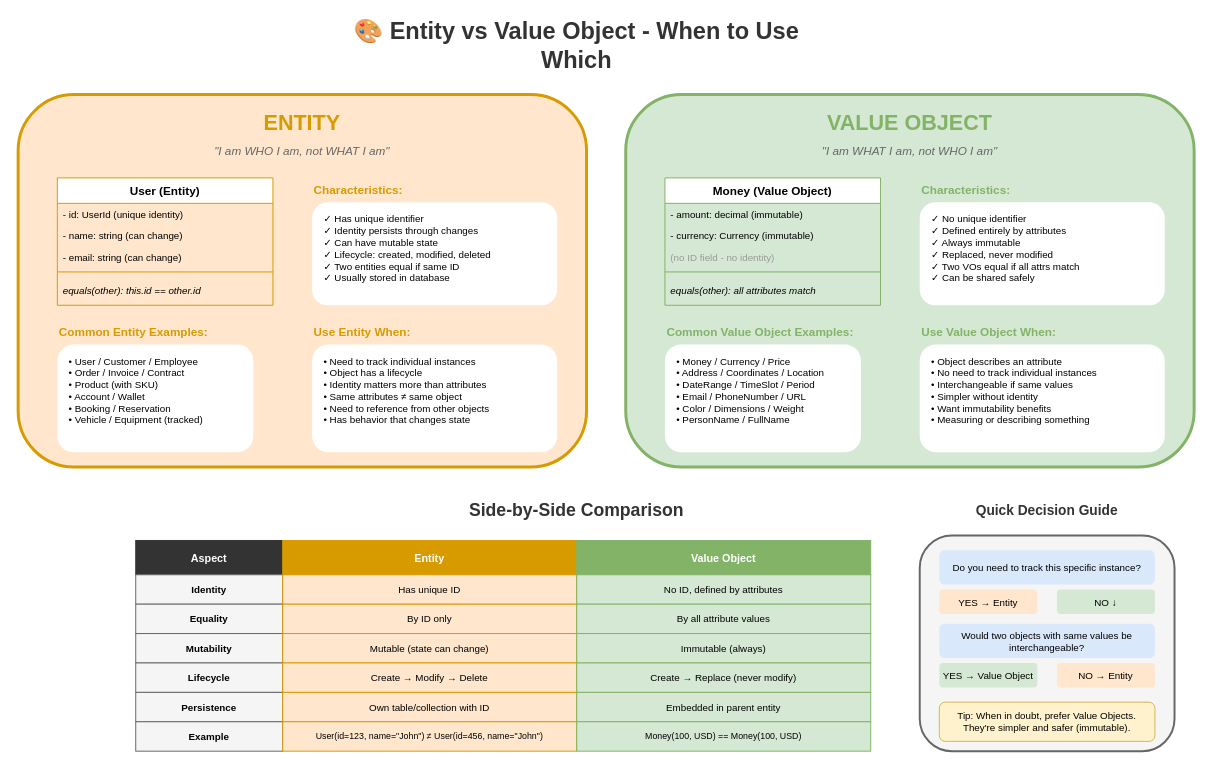
Above: lesson-01-software-design-architecture/diagrams/1.5.2-ddd-entity-vs-value-object.drawio in MrParkerZ7/document-lesson-software-architect-x-claude (draw.io), before the change. Source tidied: cells renumbered, new cells numbered last; positions are measured from the earlier drawing's top-left corner, leaving out a move shared by most shapes. Both pictures are drawn from the tidied source at 98%, with x=0, y=0 at pixel (18, 25).
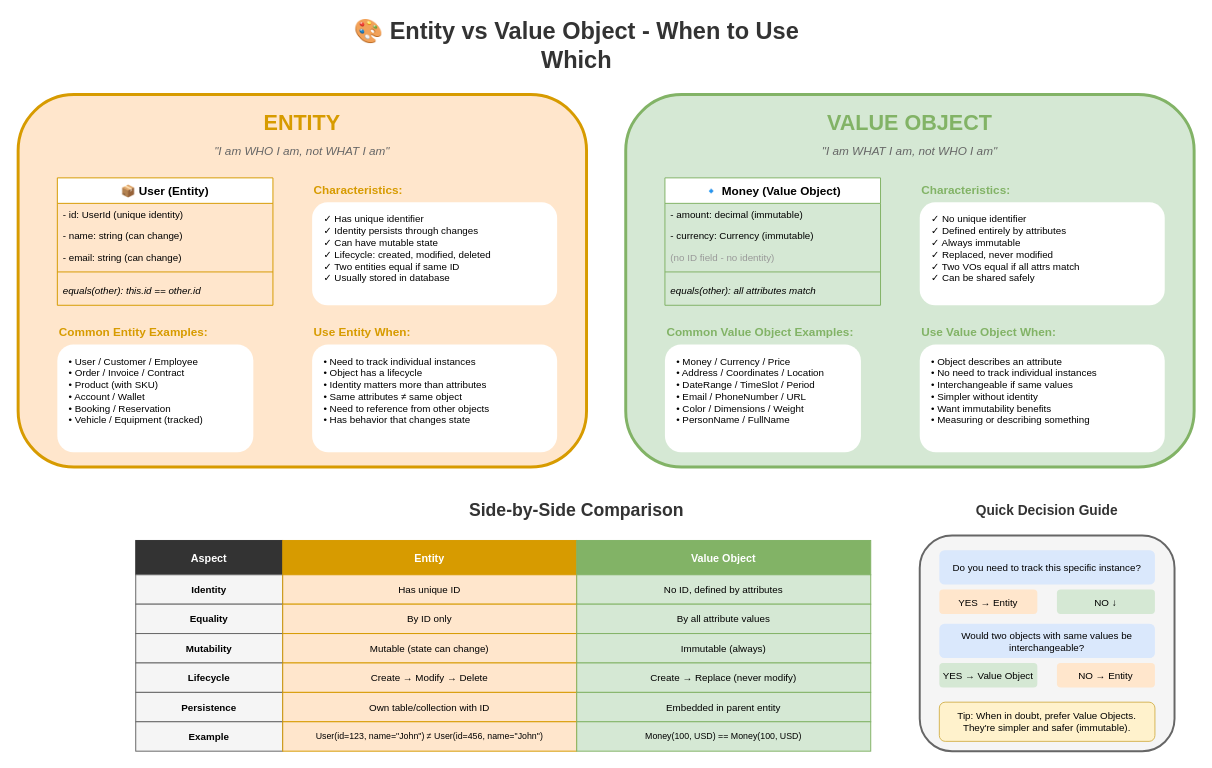
After the change.

The edit, as a diff of the source:
```diff
@@
-    <mxCell id="6" value="User (Entity)" style="swimlane;fontStyle=1;align=center;verticalAlign=top;horizontal=1;startSize=26;fillColor=#ffffff;strokeColor=#d79b00;" parent="1" vertex="1">
+    <mxCell id="6" value="📦 User (Entity)" style="swimlane;fontStyle=1;align=center;verticalAlign=top;horizontal=1;startSize=26;fillColor=#ffffff;strokeColor=#d79b00;" parent="1" vertex="1">
       <mxGeometry x="40" y="155" width="220" height="130" as="geometry" />
     </mxCell>
@@
-    <mxCell id="21" value="Money (Value Object)" style="swimlane;fontStyle=1;align=center;verticalAlign=top;horizontal=1;startSize=26;fillColor=#ffffff;strokeColor=#82b366;" parent="1" vertex="1">
+    <mxCell id="21" value="🔹 Money (Value Object)" style="swimlane;fontStyle=1;align=center;verticalAlign=top;horizontal=1;startSize=26;fillColor=#ffffff;strokeColor=#82b366;" parent="1" vertex="1">
       <mxGeometry x="660" y="155" width="220" height="130" as="geometry" />
     </mxCell>
```
